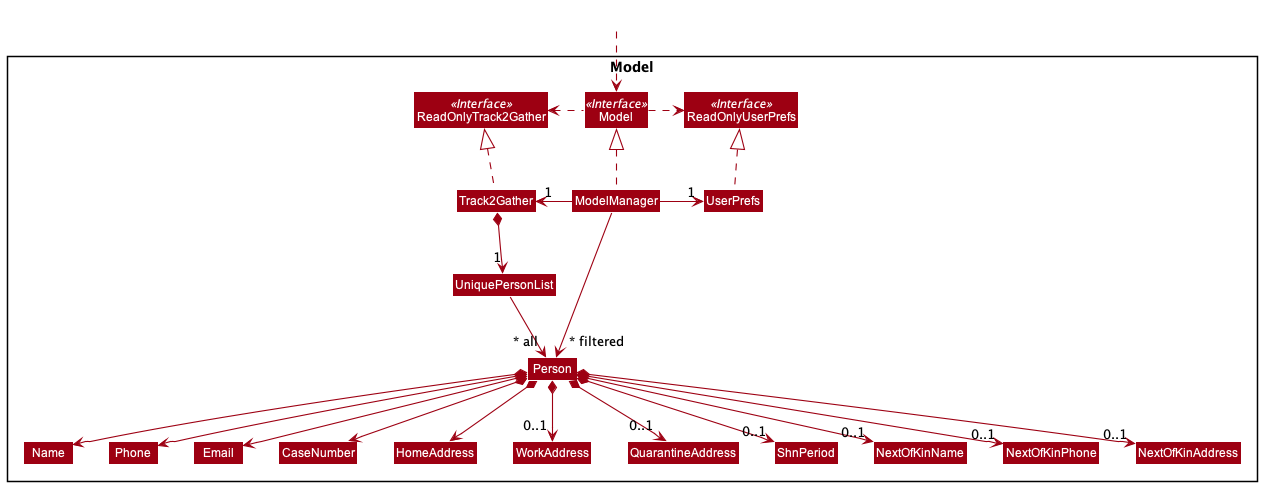
Earlier version of the PlantUML export docs/images/ModelClassDiagram.png (nus-cs2103-AY2122S1/tp).
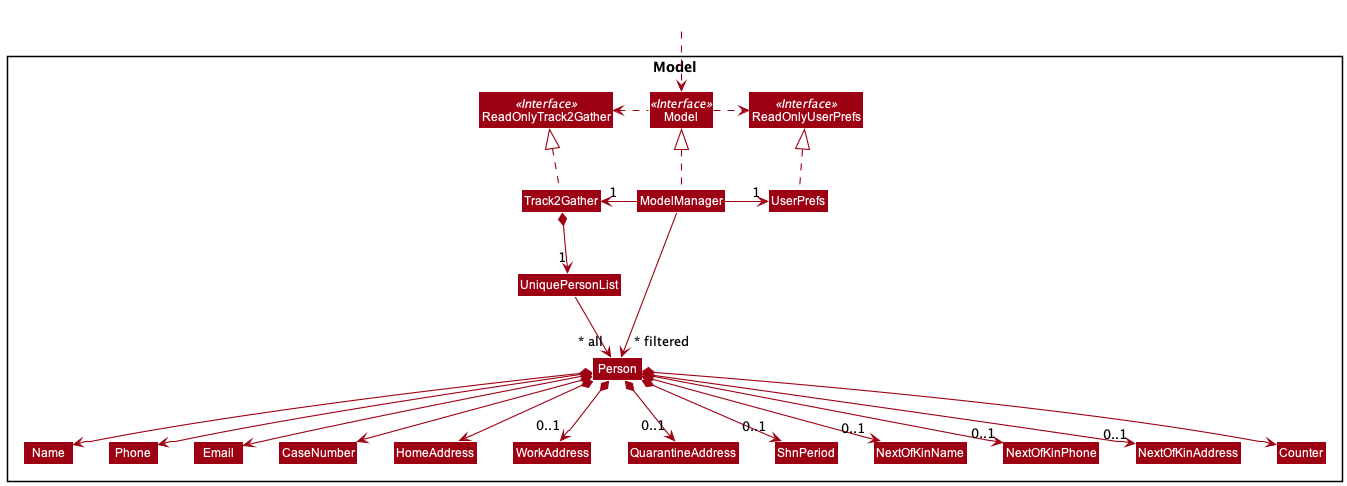
The same file after the commit.

The edit, as a diff of the source:
```diff
@@ -29,6 +29,7 @@
 Class NextOfKinName
 Class NextOfKinPhone
 Class NextOfKinAddress
+Class Counter
 
 }
 
@@ -57,6 +58,7 @@
 Person *--> "0..1" NextOfKinName
 Person *--> "0..1" NextOfKinPhone
 Person *--> "0..1" NextOfKinAddress
+Person *--> Counter
 
 Name -[hidden]right-> Phone
 Phone -[hidden]right-> Email
@@ -68,6 +70,7 @@
 ShnPeriod -[hidden]right-> NextOfKinName
 NextOfKinName -[hidden]right-> NextOfKinPhone
 NextOfKinPhone -[hidden]right-> NextOfKinAddress
+NextOfKinAddress -[hidden]right-> Counter
 
 ModelManager -->"~* filtered" Person
 @enduml
```
